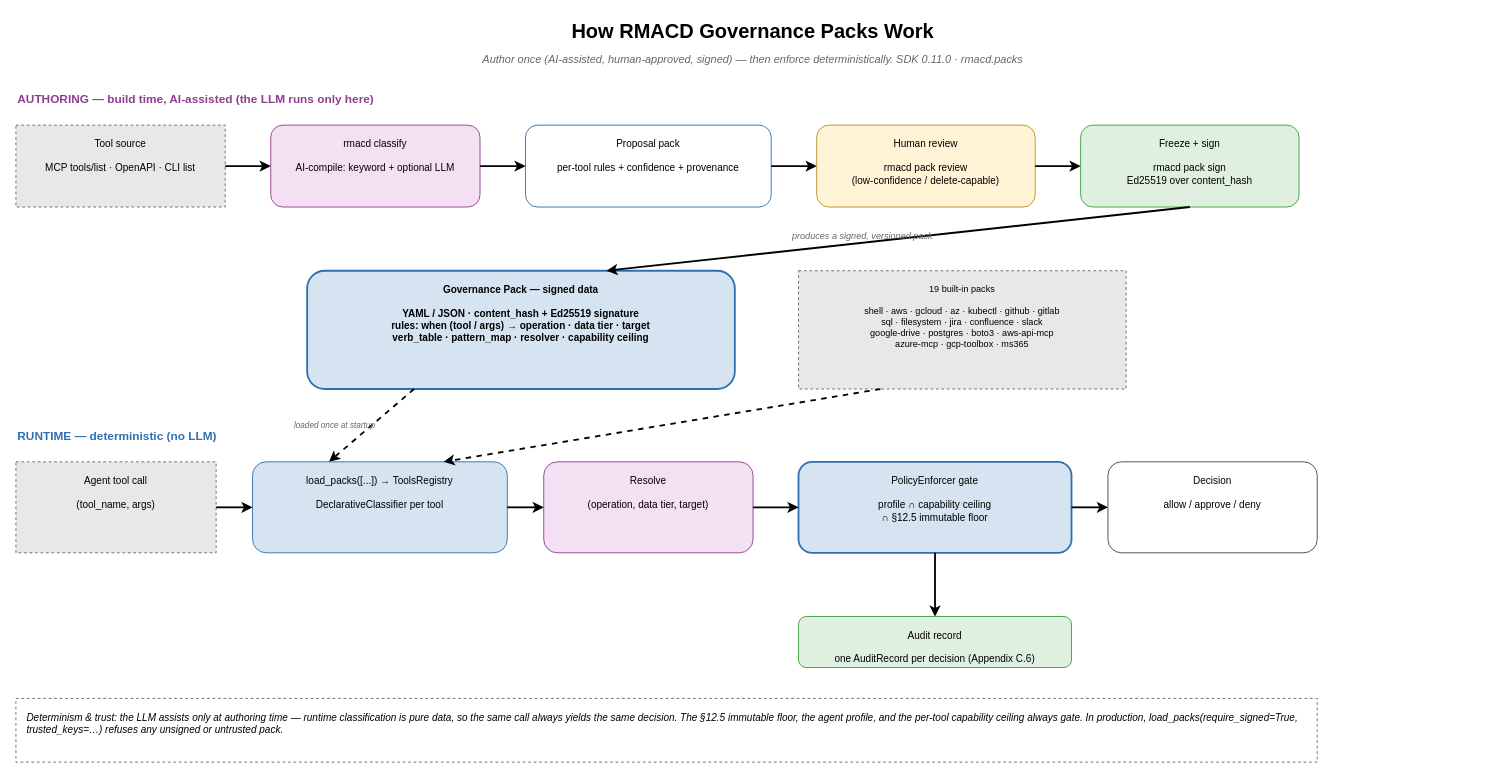
The draw.io diagram docs/RMACD_Governance_Packs.drawio in rmacdframework/spec, before the edit. Source tidied: cells renumbered, new cells numbered last; positions are measured from the earlier drawing's top-left corner, leaving out a move shared by most shapes. Both pictures are drawn from the tidied source at 91%, with x=0, y=0 at pixel (15, 15).
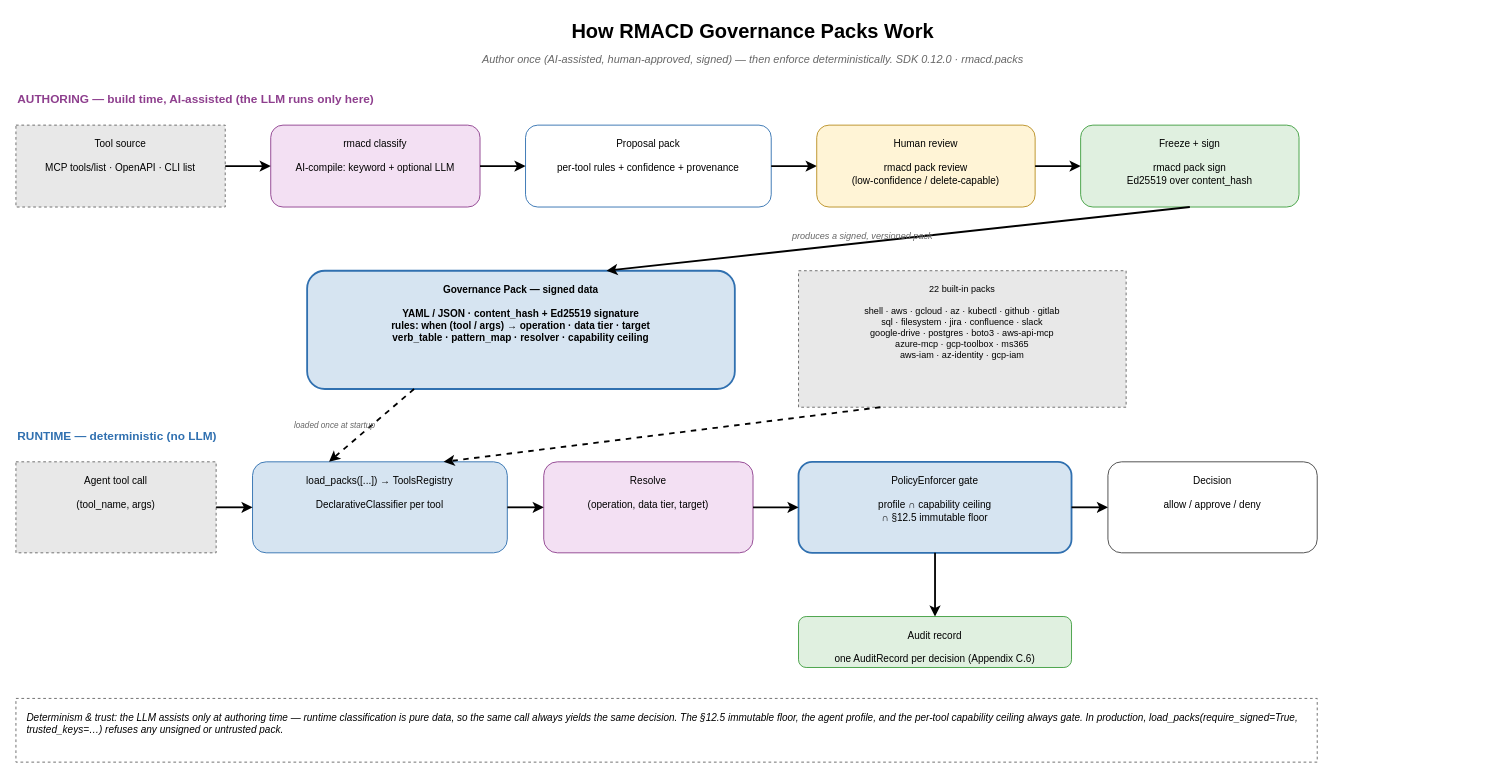
The same diagram, later.

Change to the diagram source:
```diff
@@
-    <mxCell id="3" value="Author once (AI-assisted, human-approved, signed) — then enforce deterministically. SDK 0.11.0 · rmacd.packs" style="text;html=1;align=center;verticalAlign=middle;whiteSpace=wrap;fontSize=12;fontStyle=2;fontColor=#666666;" parent="1" vertex="1">
+    <mxCell id="3" value="Author once (AI-assisted, human-approved, signed) — then enforce deterministically. SDK 0.12.0 · rmacd.packs" style="text;html=1;align=center;verticalAlign=middle;whiteSpace=wrap;fontSize=12;fontStyle=2;fontColor=#666666;" parent="1" vertex="1">
       <mxGeometry y="38" width="1620" height="20" as="geometry" />
     </mxCell>
@@
-    <mxCell id="15" value="19 built-in packs&#10;&#10;shell · aws · gcloud · az · kubectl · github · gitlab&#10;sql · filesystem · jira · confluence · slack&#10;google-drive · postgres · boto3 · aws-api-mcp&#10;azure-mcp · gcp-toolbox · ms365" style="rounded=0;whiteSpace=wrap;html=1;fillColor=#E8E8E8;strokeColor=#666666;fontSize=10;dashed=1;verticalAlign=top;spacingTop=8;" parent="1" vertex="1">
-      <mxGeometry x="860" y="280" width="360" height="130" as="geometry" />
+    <mxCell id="15" value="22 built-in packs&#10;&#10;shell · aws · gcloud · az · kubectl · github · gitlab&#10;sql · filesystem · jira · confluence · slack&#10;google-drive · postgres · boto3 · aws-api-mcp&#10;azure-mcp · gcp-toolbox · ms365&#10;aws-iam · az-identity · gcp-iam" style="rounded=0;whiteSpace=wrap;html=1;fillColor=#E8E8E8;strokeColor=#666666;fontSize=10;dashed=1;verticalAlign=top;spacingTop=8;" parent="1" vertex="1">
+      <mxGeometry x="860" y="280" width="360" height="150" as="geometry" />
     </mxCell>
```
